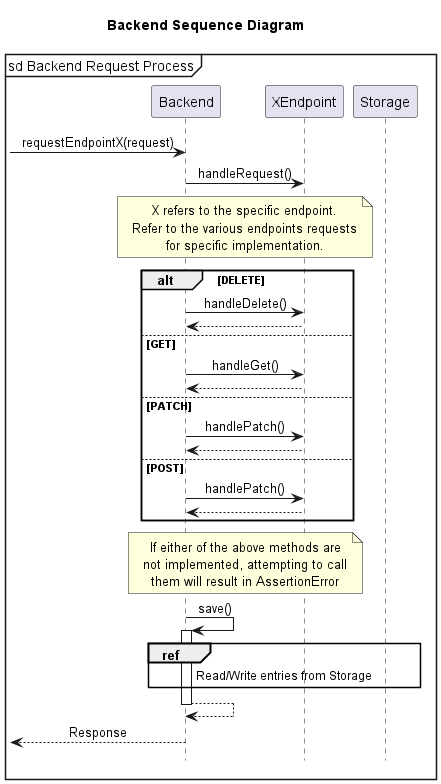
Before: docs/static/backend/BackendMainSequenceDiagram.png, a diagram exported from PlantUML (nus-cs2113-AY2223S2/tp). Its diagram source:
```plantuml
@startuml
!include ../Style.puml

mainframe sd Backend Request Process
title Backend Sequence Diagram

-> Backend : requestEndpointX(request)
Backend -> XEndpoint : handleRequest()
note over Backend, XEndpoint
    X refers to the specific endpoint.
    Refer to the various endpoints requests
    for specific implementation.
end note
alt DELETE
    Backend -> XEndpoint : handleDelete()
    return
else GET
    Backend -> XEndpoint : handleGet()
    return
else PATCH
    Backend -> XEndpoint : handlePatch()
    return
else POST
    Backend -> XEndpoint : handlePatch()
    return
end
note over Backend, XEndpoint
    If either of the above methods are
    not implemented, attempting to call
    them will result in AssertionError
end note

Backend -> Backend++ : save()
ref over Backend, Storage
    Read/Write entries from Storage
end ref
return

<-- Backend : Response



@enduml
```
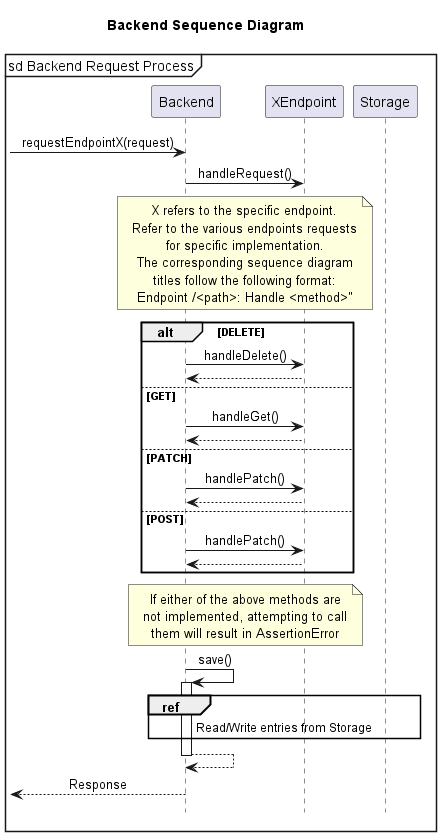
After the commit.

Commit message:
docs: add backend changes to devguide

The edit, as a diff of the source:
```diff
@@ -10,6 +10,9 @@
     X refers to the specific endpoint.
     Refer to the various endpoints requests
     for specific implementation.
+    The corresponding sequence diagram
+    titles follow the following format:
+    Endpoint /<path>: Handle <method>"
 end note
 alt DELETE
     Backend -> XEndpoint : handleDelete()
```
